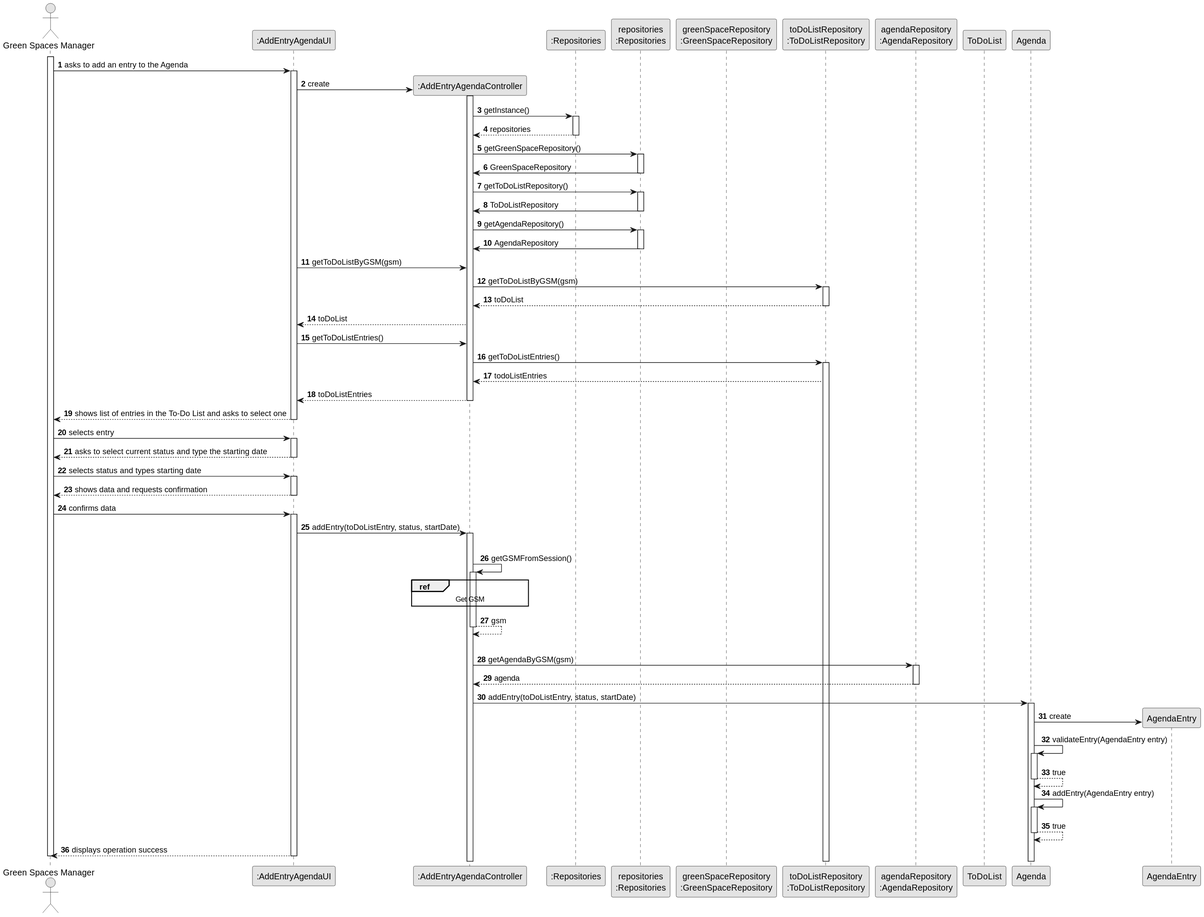
Earlier version of the PlantUML export docs/sprint3/us022/03.design/svg/us022-sequence-diagram-full.svg (tiagosoa/lei-24-s2-1dgh-g073). The source it was exported from:
```plantuml
@startuml
skinparam monochrome true
skinparam packageStyle rectangle
skinparam shadowing false

autonumber

actor "Green Spaces Manager" as ADM
participant ":AddEntryAgendaUI" as UI
participant ":AddEntryAgendaController" as CTRL
participant ":Repositories" as RepositorySingleton
participant "repositories\n:Repositories" as PLAT
participant "greenSpaceRepository\n:GreenSpaceRepository" as GSR
participant "toDoListRepository\n:ToDoListRepository" as TDR
participant "agendaRepository\n:AgendaRepository" as AR
participant "ToDoList" as TDL
participant "Agenda" as AG
participant "AgendaEntry" as ENTRADA

activate ADM

        ADM -> UI : asks to add an entry to the Agenda

        activate UI

            UI -> CTRL** : create

            activate CTRL

                        CTRL -> RepositorySingleton : getInstance()
                                        activate RepositorySingleton

                                            RepositorySingleton --> CTRL: repositories
                                        deactivate RepositorySingleton

                             CTRL -> PLAT : getGreenSpaceRepository()
                                     activate PLAT

                                 PLAT -> CTRL : GreenSpaceRepository
                                 deactivate PLAT

                             CTRL -> PLAT : getToDoListRepository()
                                     activate PLAT

                                 PLAT -> CTRL : ToDoListRepository
                                 deactivate PLAT

                             CTRL -> PLAT : getAgendaRepository()
                                     activate PLAT

                                 PLAT -> CTRL : AgendaRepository
                                 deactivate PLAT

                             UI -> CTRL: getToDoListByGSM(gsm)

                             CTRL -> TDR: getToDoListByGSM(gsm)
                                         activate TDR

                                         TDR --> CTRL: toDoList
                                         deactivate TDR
                             CTRL --> UI : toDoList


                             UI -> CTRL : getToDoListEntries()
                            CTRL -> TDR : getToDoListEntries()
                            activate TDR

                            TDR --> CTRL : todoListEntries
                            deactivate GSR

                            CTRL --> UI : toDoListEntries
                            deactivate CTRL




    UI --> ADM : shows list of entries in the To-Do List and asks to select one
    deactivate UI

    ADM -> UI : selects entry
    activate UI

    UI --> ADM : asks to select current status and type the starting date
    deactivate UI

        ADM -> UI : selects status and types starting date
        activate UI

            UI --> ADM : shows data and requests confirmation
            deactivate UI

            ADM -> UI : confirms data
            activate UI


        UI -> CTRL : addEntry(toDoListEntry, status, startDate)
        activate CTRL

            |||
            CTRL -> CTRL : getGSMFromSession()
            activate CTRL

            ref over CTRL
            Get GSM
            end

                CTRL --> CTRL : gsm
            deactivate CTRL

            |||

            CTRL -> AR: getAgendaByGSM(gsm)
            activate AR

            AR --> CTRL: agenda
            deactivate AR

            CTRL -> AG: addEntry(toDoListEntry, status, startDate)
            activate AG

                AG -> ENTRADA**: create

                AG -> AG: validateEntry(AgendaEntry entry)
                activate AG

                AG --> AG: true
                deactivate AG

                AG -> AG: addEntry(AgendaEntry entry)
                                activate AG

                                AG --> AG: true
                                deactivate AG

            UI --> ADM: displays operation success
    deactivate UI

deactivate ADM
@enduml
```
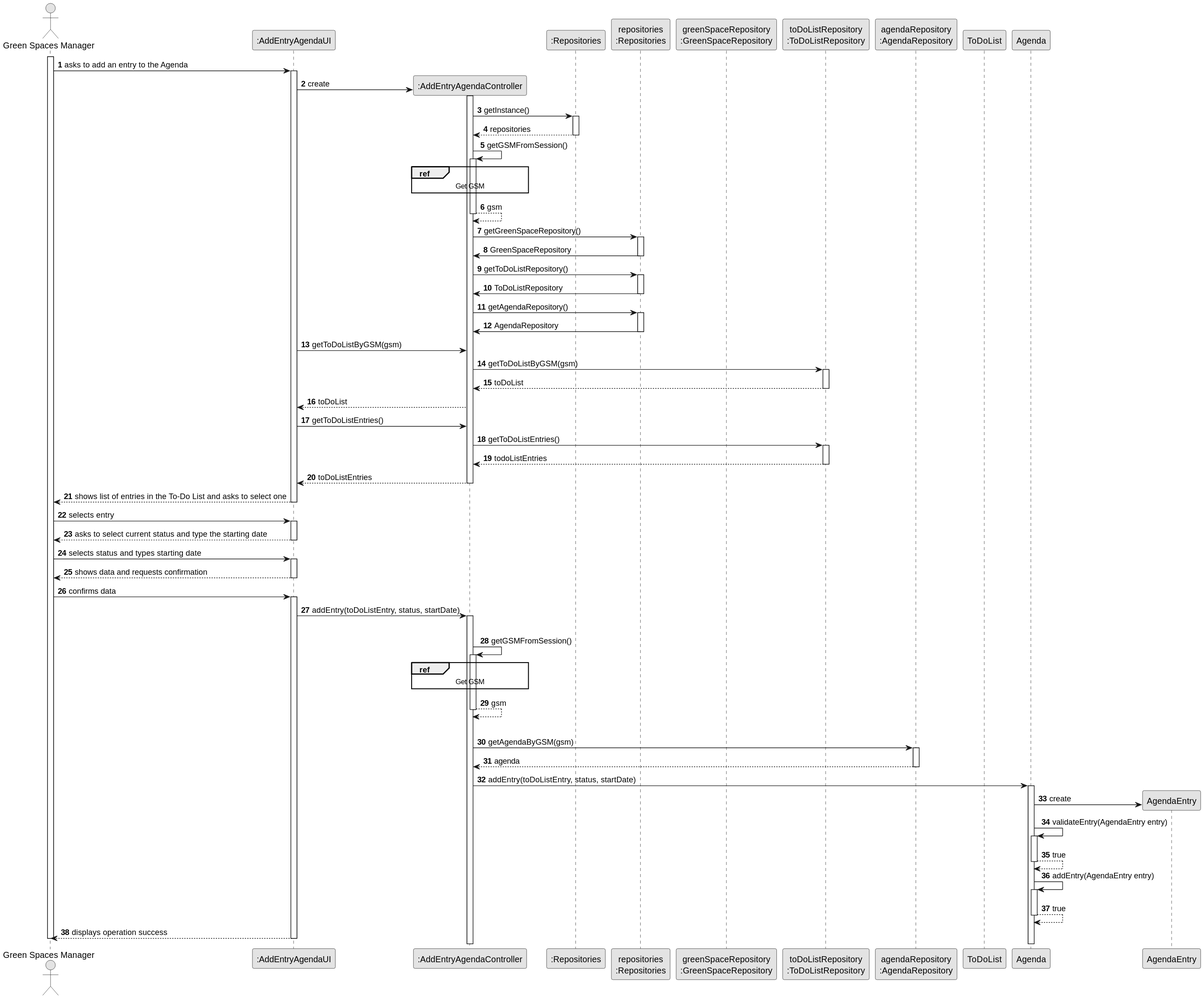
The same file after the commit.

Change to the diagram source:
```diff
@@ -33,6 +33,16 @@
                                             RepositorySingleton --> CTRL: repositories
                                         deactivate RepositorySingleton
 
+                                         CTRL -> CTRL : getGSMFromSession()
+                                         activate CTRL
+
+                                         ref over CTRL
+                                         Get GSM
+                                         end
+
+                                             CTRL --> CTRL : gsm
+                                         deactivate CTRL
+
                              CTRL -> PLAT : getGreenSpaceRepository()
                                      activate PLAT
 
@@ -66,7 +76,7 @@
                             activate TDR
 
                             TDR --> CTRL : todoListEntries
-                            deactivate GSR
+                            deactivate TDR
 
                             CTRL --> UI : toDoListEntries
                             deactivate CTRL
```
